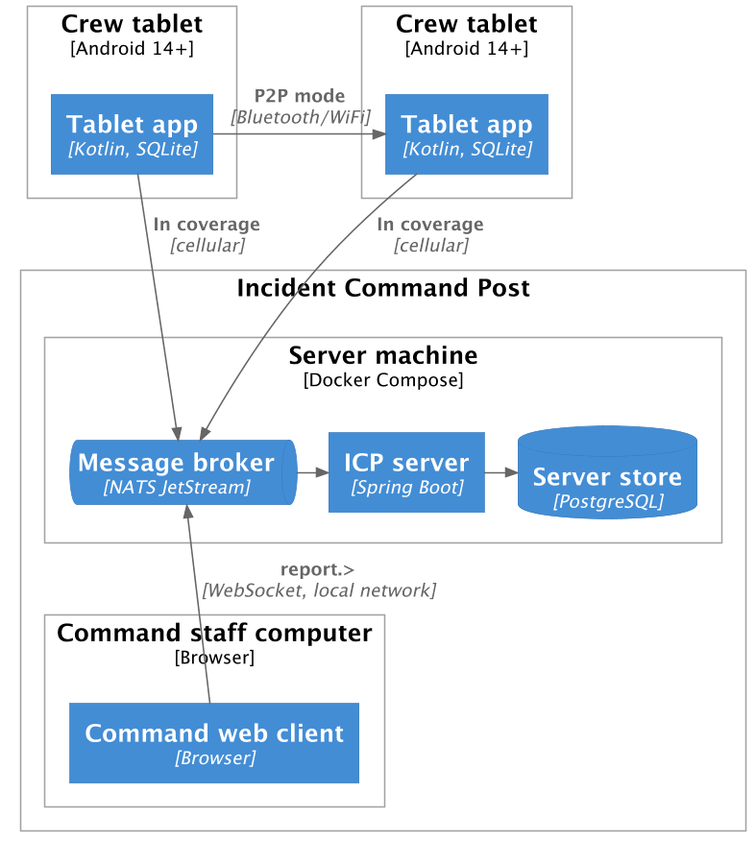
Above: report/figures/c4-deployment.png in MihaiCiorascu/SWA-Firefly (PlantUML), before the change.
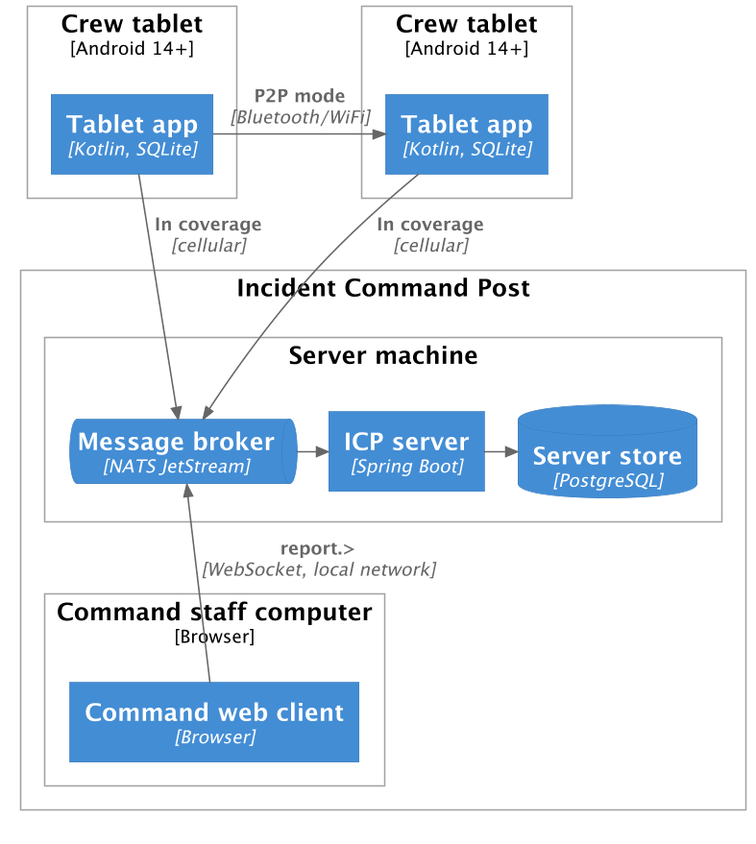
The same diagram one commit later.

Commit message:
report: trim the deployment view

Diff of the diagram source:
```diff
@@ -14,7 +14,7 @@
 }
 
 Deployment_Node(icp, "Incident Command Post") {
-    Deployment_Node(machine, "Server machine", "Docker Compose") {
+    Deployment_Node(machine, "Server machine") {
         ContainerQueue(nats, "Message broker", "NATS JetStream")
         Container(server, "ICP server", "Spring Boot")
         ContainerDb(pg, "Server store", "PostgreSQL")
```
